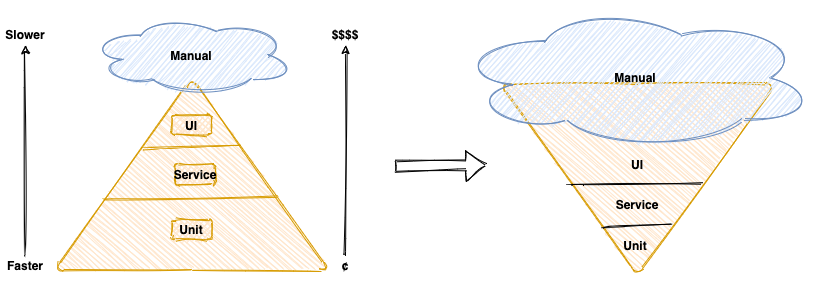
Before: images/test-pyramid-reality.png, a diagram exported from draw.io (ddd-book-java/prem-website). Source tidied: cells renumbered, new cells last; positions are measured from the earlier drawing's top-left corner, leaving out a move shared by most shapes. Source of this version:
```xml
<mxGraphModel>
  <root>
    <mxCell id="0" />
    <mxCell id="1" parent="0" />
    <mxCell id="2" style="shape=flexArrow;endArrow=classic;html=1;sketch=1;curved=1;" parent="1" edge="1">
      <mxGeometry relative="1" as="geometry">
        <mxPoint x="390" y="160" as="sourcePoint" />
        <mxPoint x="480" y="160" as="targetPoint" />
      </mxGeometry>
    </mxCell>
    <mxCell id="3" style="triangle;whiteSpace=wrap;html=1;rotation=90;sketch=1;rounded=1;fillColor=#ffe6cc;strokeColor=#d79b00;" parent="1" vertex="1">
      <mxGeometry x="535.9" y="36.2" width="192" height="275.5" as="geometry" />
    </mxCell>
    <mxCell id="4" style="endArrow=none;html=1;sketch=1;curved=1;" parent="1" edge="1">
      <mxGeometry x="-530" y="215" as="geometry">
        <mxPoint x="565.9" y="179" as="sourcePoint" />
        <mxPoint x="695.9" y="179" as="targetPoint" />
      </mxGeometry>
    </mxCell>
    <mxCell id="5" style="endArrow=none;html=1;exitX=0.636;exitY=0.321;exitDx=0;exitDy=0;exitPerimeter=0;sketch=1;curved=1;" parent="1" edge="1">
      <mxGeometry x="-530" y="215" as="geometry">
        <mxPoint x="596.9" y="221.3" as="sourcePoint" />
        <mxPoint x="666.9" y="220" as="targetPoint" />
      </mxGeometry>
    </mxCell>
    <mxCell id="6" value="&lt;b&gt;Unit&lt;/b&gt;" style="text;html=1;strokeColor=none;fillColor=none;align=center;verticalAlign=middle;whiteSpace=wrap;sketch=1;rounded=1;" parent="1" vertex="1">
      <mxGeometry x="610" y="229.5" width="40" height="20" as="geometry" />
    </mxCell>
    <mxCell id="7" value="&lt;b&gt;Service&lt;/b&gt;" style="text;html=1;strokeColor=none;fillColor=none;align=center;verticalAlign=middle;whiteSpace=wrap;sketch=1;rounded=1;" parent="1" vertex="1">
      <mxGeometry x="611.9" y="188.8" width="40" height="20" as="geometry" />
    </mxCell>
    <mxCell id="8" value="&lt;b&gt;UI&lt;/b&gt;" style="text;html=1;strokeColor=none;fillColor=none;align=center;verticalAlign=middle;whiteSpace=wrap;sketch=1;rounded=1;" parent="1" vertex="1">
      <mxGeometry x="611.9" y="148.6" width="40" height="20" as="geometry" />
    </mxCell>
    <mxCell id="9" value="&lt;b&gt;Manual&lt;/b&gt;" style="ellipse;shape=cloud;whiteSpace=wrap;html=1;sketch=1;rounded=1;fillColor=#dae8fc;strokeColor=#6c8ebf;" parent="1" vertex="1">
      <mxGeometry x="450" width="360" height="143.6" as="geometry" />
    </mxCell>
    <mxCell id="10" style="triangle;whiteSpace=wrap;html=1;rotation=-90;sketch=1;rounded=1;fillColor=#ffe6cc;strokeColor=#d79b00;" parent="1" vertex="1">
      <mxGeometry x="90.2" y="31.2" width="192" height="275.5" as="geometry" />
    </mxCell>
    <mxCell id="11" value="&lt;b&gt;Manual&lt;/b&gt;" style="ellipse;shape=cloud;whiteSpace=wrap;html=1;sketch=1;rounded=1;fillColor=#dae8fc;strokeColor=#6c8ebf;" parent="1" vertex="1">
      <mxGeometry x="84.2" y="10" width="204" height="80" as="geometry" />
    </mxCell>
    <mxCell id="12" style="endArrow=none;html=1;exitX=0.371;exitY=0.182;exitDx=0;exitDy=0;exitPerimeter=0;entryX=0.378;entryY=0.809;entryDx=0;entryDy=0;entryPerimeter=0;sketch=1;curved=1;fillColor=#ffe6cc;strokeColor=#d79b00;" parent="1" edge="1" source="10" target="10">
      <mxGeometry x="-980" y="210" as="geometry" />
    </mxCell>
    <mxCell id="13" style="endArrow=none;html=1;exitX=0.636;exitY=0.321;exitDx=0;exitDy=0;exitPerimeter=0;entryX=0.643;entryY=0.679;entryDx=0;entryDy=0;entryPerimeter=0;sketch=1;curved=1;fillColor=#ffe6cc;strokeColor=#d79b00;" parent="1" edge="1" source="10" target="10">
      <mxGeometry x="-980" y="210" as="geometry" />
    </mxCell>
    <mxCell id="14" value="&lt;b&gt;Unit&lt;/b&gt;" style="text;html=1;strokeColor=#d79b00;fillColor=#ffe6cc;align=center;verticalAlign=middle;whiteSpace=wrap;sketch=1;rounded=1;" parent="1" vertex="1">
      <mxGeometry x="166.2" y="214" width="40" height="20" as="geometry" />
    </mxCell>
    <mxCell id="15" value="&lt;b&gt;Service&lt;/b&gt;" style="text;html=1;strokeColor=#d79b00;fillColor=#ffe6cc;align=center;verticalAlign=middle;whiteSpace=wrap;sketch=1;rounded=1;" parent="1" vertex="1">
      <mxGeometry x="170" y="159" width="40" height="20" as="geometry" />
    </mxCell>
    <mxCell id="16" value="&lt;b&gt;UI&lt;/b&gt;" style="text;html=1;strokeColor=#d79b00;fillColor=#ffe6cc;align=center;verticalAlign=middle;whiteSpace=wrap;sketch=1;rounded=1;" parent="1" vertex="1">
      <mxGeometry x="166.2" y="109.5" width="40" height="20" as="geometry" />
    </mxCell>
    <mxCell id="17" style="endArrow=classic;html=1;exitX=0.5;exitY=0;exitDx=0;exitDy=0;sketch=1;curved=1;" parent="1" edge="1" source="19">
      <mxGeometry x="-980" y="210" as="geometry">
        <mxPoint x="340" y="40" as="targetPoint" />
      </mxGeometry>
    </mxCell>
    <mxCell id="18" value="&lt;b&gt;$$$$&lt;/b&gt;" style="text;html=1;strokeColor=none;fillColor=none;align=center;verticalAlign=middle;whiteSpace=wrap;sketch=1;rounded=1;" parent="1" vertex="1">
      <mxGeometry x="320" y="18.6" width="40" height="20" as="geometry" />
    </mxCell>
    <mxCell id="19" value="&lt;b&gt;¢&lt;/b&gt;" style="text;html=1;strokeColor=none;fillColor=none;align=center;verticalAlign=middle;whiteSpace=wrap;sketch=1;rounded=1;" parent="1" vertex="1">
      <mxGeometry x="320" y="250" width="40" height="20" as="geometry" />
    </mxCell>
    <mxCell id="20" style="endArrow=classic;html=1;sketch=1;curved=1;" parent="1" edge="1">
      <mxGeometry x="-980" y="210" as="geometry">
        <mxPoint x="20" y="250" as="sourcePoint" />
        <mxPoint x="20" y="40" as="targetPoint" />
      </mxGeometry>
    </mxCell>
    <mxCell id="21" value="&lt;b&gt;Slower&lt;/b&gt;" style="text;html=1;strokeColor=none;fillColor=none;align=center;verticalAlign=middle;whiteSpace=wrap;sketch=1;rounded=1;" parent="1" vertex="1">
      <mxGeometry y="18.6" width="40" height="20" as="geometry" />
    </mxCell>
    <mxCell id="22" value="&lt;b&gt;Faster&lt;/b&gt;" style="text;html=1;strokeColor=none;fillColor=none;align=center;verticalAlign=middle;whiteSpace=wrap;sketch=1;rounded=1;" parent="1" vertex="1">
      <mxGeometry y="250" width="40" height="20" as="geometry" />
    </mxCell>
  </root>
</mxGraphModel>
```
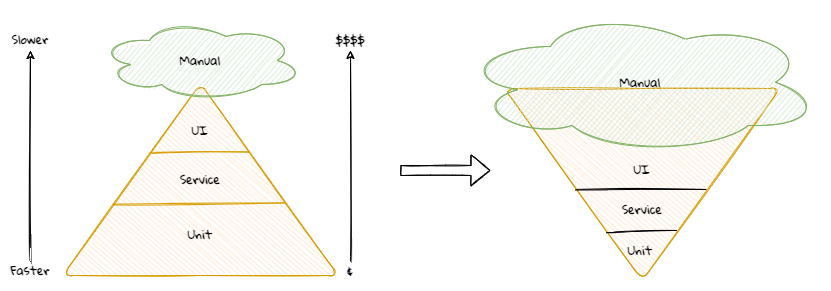
After the commit.

Diff of the diagram source:
```diff
@@ -2,81 +2,81 @@
   <root>
     <mxCell id="0" />
     <mxCell id="1" parent="0" />
-    <mxCell id="2" style="shape=flexArrow;endArrow=classic;html=1;sketch=1;curved=1;" parent="1" edge="1">
+    <mxCell id="2" style="shape=flexArrow;endArrow=classic;html=1;sketch=1;curved=1;fontFamily=Gloria Hallelujah;fontSource=https%3A%2F%2Ffonts.googleapis.com%2Fcss%3Ffamily%3DGloria%2BHallelujah;" parent="1" edge="1">
       <mxGeometry relative="1" as="geometry">
         <mxPoint x="390" y="160" as="sourcePoint" />
         <mxPoint x="480" y="160" as="targetPoint" />
       </mxGeometry>
     </mxCell>
-    <mxCell id="3" style="triangle;whiteSpace=wrap;html=1;rotation=90;sketch=1;rounded=1;fillColor=#ffe6cc;strokeColor=#d79b00;" parent="1" vertex="1">
+    <mxCell id="3" style="triangle;whiteSpace=wrap;html=1;rotation=90;sketch=1;rounded=1;fillColor=#ffe6cc;strokeColor=#d79b00;fontFamily=Gloria Hallelujah;fontSource=https%3A%2F%2Ffonts.googleapis.com%2Fcss%3Ffamily%3DGloria%2BHallelujah;" parent="1" vertex="1">
       <mxGeometry x="535.9" y="36.2" width="192" height="275.5" as="geometry" />
     </mxCell>
-    <mxCell id="4" style="endArrow=none;html=1;sketch=1;curved=1;" parent="1" edge="1">
+    <mxCell id="4" style="endArrow=none;html=1;sketch=1;curved=1;fontFamily=Gloria Hallelujah;fontSource=https%3A%2F%2Ffonts.googleapis.com%2Fcss%3Ffamily%3DGloria%2BHallelujah;" parent="1" edge="1">
       <mxGeometry x="-530" y="215" as="geometry">
         <mxPoint x="565.9" y="179" as="sourcePoint" />
         <mxPoint x="695.9" y="179" as="targetPoint" />
       </mxGeometry>
     </mxCell>
-    <mxCell id="5" style="endArrow=none;html=1;exitX=0.636;exitY=0.321;exitDx=0;exitDy=0;exitPerimeter=0;sketch=1;curved=1;" parent="1" edge="1">
+    <mxCell id="5" style="endArrow=none;html=1;exitX=0.636;exitY=0.321;exitDx=0;exitDy=0;exitPerimeter=0;sketch=1;curved=1;fontFamily=Gloria Hallelujah;fontSource=https%3A%2F%2Ffonts.googleapis.com%2Fcss%3Ffamily%3DGloria%2BHallelujah;" parent="1" edge="1">
       <mxGeometry x="-530" y="215" as="geometry">
         <mxPoint x="596.9" y="221.3" as="sourcePoint" />
         <mxPoint x="666.9" y="220" as="targetPoint" />
       </mxGeometry>
     </mxCell>
-    <mxCell id="6" value="&lt;b&gt;Unit&lt;/b&gt;" style="text;html=1;strokeColor=none;fillColor=none;align=center;verticalAlign=middle;whiteSpace=wrap;sketch=1;rounded=1;" parent="1" vertex="1">
+    <mxCell id="6" value="&lt;b&gt;Unit&lt;/b&gt;" style="text;html=1;align=center;verticalAlign=middle;whiteSpace=wrap;sketch=1;rounded=1;fontFamily=Gloria Hallelujah;fontSource=https%3A%2F%2Ffonts.googleapis.com%2Fcss%3Ffamily%3DGloria%2BHallelujah;" parent="1" vertex="1">
       <mxGeometry x="610" y="229.5" width="40" height="20" as="geometry" />
     </mxCell>
-    <mxCell id="7" value="&lt;b&gt;Service&lt;/b&gt;" style="text;html=1;strokeColor=none;fillColor=none;align=center;verticalAlign=middle;whiteSpace=wrap;sketch=1;rounded=1;" parent="1" vertex="1">
+    <mxCell id="7" value="&lt;b&gt;Service&lt;/b&gt;" style="text;html=1;align=center;verticalAlign=middle;whiteSpace=wrap;sketch=1;rounded=1;fontFamily=Gloria Hallelujah;fontSource=https%3A%2F%2Ffonts.googleapis.com%2Fcss%3Ffamily%3DGloria%2BHallelujah;" parent="1" vertex="1">
       <mxGeometry x="611.9" y="188.8" width="40" height="20" as="geometry" />
     </mxCell>
-    <mxCell id="8" value="&lt;b&gt;UI&lt;/b&gt;" style="text;html=1;strokeColor=none;fillColor=none;align=center;verticalAlign=middle;whiteSpace=wrap;sketch=1;rounded=1;" parent="1" vertex="1">
+    <mxCell id="8" value="&lt;b&gt;UI&lt;/b&gt;" style="text;html=1;align=center;verticalAlign=middle;whiteSpace=wrap;sketch=1;rounded=1;fontFamily=Gloria Hallelujah;fontSource=https%3A%2F%2Ffonts.googleapis.com%2Fcss%3Ffamily%3DGloria%2BHallelujah;" parent="1" vertex="1">
       <mxGeometry x="611.9" y="148.6" width="40" height="20" as="geometry" />
     </mxCell>
-    <mxCell id="9" value="&lt;b&gt;Manual&lt;/b&gt;" style="ellipse;shape=cloud;whiteSpace=wrap;html=1;sketch=1;rounded=1;fillColor=#dae8fc;strokeColor=#6c8ebf;" parent="1" vertex="1">
+    <mxCell id="9" value="&lt;b&gt;Manual&lt;/b&gt;" style="ellipse;shape=cloud;whiteSpace=wrap;html=1;sketch=1;rounded=1;fillColor=#d5e8d4;strokeColor=#82b366;fontFamily=Gloria Hallelujah;fontSource=https%3A%2F%2Ffonts.googleapis.com%2Fcss%3Ffamily%3DGloria%2BHallelujah;" parent="1" vertex="1">
       <mxGeometry x="450" width="360" height="143.6" as="geometry" />
     </mxCell>
-    <mxCell id="10" style="triangle;whiteSpace=wrap;html=1;rotation=-90;sketch=1;rounded=1;fillColor=#ffe6cc;strokeColor=#d79b00;" parent="1" vertex="1">
-      <mxGeometry x="90.2" y="31.2" width="192" height="275.5" as="geometry" />
+    <mxCell id="10" style="triangle;whiteSpace=wrap;html=1;rotation=-90;sketch=1;rounded=1;fillColor=#ffe6cc;strokeColor=#d79b00;fontFamily=Gloria Hallelujah;fontSource=https%3A%2F%2Ffonts.googleapis.com%2Fcss%3Ffamily%3DGloria%2BHallelujah;" parent="1" vertex="1">
+      <mxGeometry x="94" y="31.2" width="192" height="275.5" as="geometry" />
     </mxCell>
-    <mxCell id="11" value="&lt;b&gt;Manual&lt;/b&gt;" style="ellipse;shape=cloud;whiteSpace=wrap;html=1;sketch=1;rounded=1;fillColor=#dae8fc;strokeColor=#6c8ebf;" parent="1" vertex="1">
-      <mxGeometry x="84.2" y="10" width="204" height="80" as="geometry" />
+    <mxCell id="11" value="&lt;b&gt;Manual&lt;/b&gt;" style="ellipse;shape=cloud;whiteSpace=wrap;html=1;sketch=1;rounded=1;fillColor=#d5e8d4;strokeColor=#82b366;fontFamily=Gloria Hallelujah;fontSource=https%3A%2F%2Ffonts.googleapis.com%2Fcss%3Ffamily%3DGloria%2BHallelujah;" parent="1" vertex="1">
+      <mxGeometry x="88" y="10" width="204" height="80" as="geometry" />
     </mxCell>
-    <mxCell id="12" style="endArrow=none;html=1;exitX=0.371;exitY=0.182;exitDx=0;exitDy=0;exitPerimeter=0;entryX=0.378;entryY=0.809;entryDx=0;entryDy=0;entryPerimeter=0;sketch=1;curved=1;fillColor=#ffe6cc;strokeColor=#d79b00;" parent="1" edge="1" source="10" target="10">
+    <mxCell id="12" style="endArrow=none;html=1;exitX=0.371;exitY=0.182;exitDx=0;exitDy=0;exitPerimeter=0;entryX=0.378;entryY=0.809;entryDx=0;entryDy=0;entryPerimeter=0;sketch=1;curved=1;fillColor=#ffe6cc;strokeColor=#d79b00;fontFamily=Gloria Hallelujah;fontSource=https%3A%2F%2Ffonts.googleapis.com%2Fcss%3Ffamily%3DGloria%2BHallelujah;" parent="1" edge="1" source="10" target="10">
       <mxGeometry x="-980" y="210" as="geometry" />
     </mxCell>
-    <mxCell id="13" style="endArrow=none;html=1;exitX=0.636;exitY=0.321;exitDx=0;exitDy=0;exitPerimeter=0;entryX=0.643;entryY=0.679;entryDx=0;entryDy=0;entryPerimeter=0;sketch=1;curved=1;fillColor=#ffe6cc;strokeColor=#d79b00;" parent="1" edge="1" source="10" target="10">
+    <mxCell id="13" style="endArrow=none;html=1;exitX=0.636;exitY=0.321;exitDx=0;exitDy=0;exitPerimeter=0;entryX=0.643;entryY=0.679;entryDx=0;entryDy=0;entryPerimeter=0;sketch=1;curved=1;fillColor=#ffe6cc;strokeColor=#d79b00;fontFamily=Gloria Hallelujah;fontSource=https%3A%2F%2Ffonts.googleapis.com%2Fcss%3Ffamily%3DGloria%2BHallelujah;" parent="1" edge="1" source="10" target="10">
       <mxGeometry x="-980" y="210" as="geometry" />
     </mxCell>
-    <mxCell id="14" value="&lt;b&gt;Unit&lt;/b&gt;" style="text;html=1;strokeColor=#d79b00;fillColor=#ffe6cc;align=center;verticalAlign=middle;whiteSpace=wrap;sketch=1;rounded=1;" parent="1" vertex="1">
-      <mxGeometry x="166.2" y="214" width="40" height="20" as="geometry" />
+    <mxCell id="14" value="&lt;b&gt;Unit&lt;/b&gt;" style="text;html=1;align=center;verticalAlign=middle;whiteSpace=wrap;sketch=1;rounded=1;fontFamily=Gloria Hallelujah;fontSource=https%3A%2F%2Ffonts.googleapis.com%2Fcss%3Ffamily%3DGloria%2BHallelujah;" parent="1" vertex="1">
+      <mxGeometry x="170" y="214" width="40" height="20" as="geometry" />
     </mxCell>
-    <mxCell id="15" value="&lt;b&gt;Service&lt;/b&gt;" style="text;html=1;strokeColor=#d79b00;fillColor=#ffe6cc;align=center;verticalAlign=middle;whiteSpace=wrap;sketch=1;rounded=1;" parent="1" vertex="1">
+    <mxCell id="15" value="&lt;b&gt;Service&lt;/b&gt;" style="text;html=1;align=center;verticalAlign=middle;whiteSpace=wrap;sketch=1;rounded=1;fontFamily=Gloria Hallelujah;fontSource=https%3A%2F%2Ffonts.googleapis.com%2Fcss%3Ffamily%3DGloria%2BHallelujah;" parent="1" vertex="1">
       <mxGeometry x="170" y="159" width="40" height="20" as="geometry" />
     </mxCell>
-    <mxCell id="16" value="&lt;b&gt;UI&lt;/b&gt;" style="text;html=1;strokeColor=#d79b00;fillColor=#ffe6cc;align=center;verticalAlign=middle;whiteSpace=wrap;sketch=1;rounded=1;" parent="1" vertex="1">
-      <mxGeometry x="166.2" y="109.5" width="40" height="20" as="geometry" />
+    <mxCell id="16" value="&lt;b&gt;UI&lt;/b&gt;" style="text;html=1;align=center;verticalAlign=middle;whiteSpace=wrap;sketch=1;rounded=1;fontFamily=Gloria Hallelujah;fontSource=https%3A%2F%2Ffonts.googleapis.com%2Fcss%3Ffamily%3DGloria%2BHallelujah;" parent="1" vertex="1">
+      <mxGeometry x="170" y="109.5" width="40" height="20" as="geometry" />
     </mxCell>
-    <mxCell id="17" style="endArrow=classic;html=1;exitX=0.5;exitY=0;exitDx=0;exitDy=0;sketch=1;curved=1;" parent="1" edge="1" source="19">
+    <mxCell id="17" style="endArrow=classic;html=1;exitX=0.5;exitY=0;exitDx=0;exitDy=0;sketch=1;curved=1;fontFamily=Gloria Hallelujah;fontSource=https%3A%2F%2Ffonts.googleapis.com%2Fcss%3Ffamily%3DGloria%2BHallelujah;" parent="1" edge="1" source="19">
       <mxGeometry x="-980" y="210" as="geometry">
         <mxPoint x="340" y="40" as="targetPoint" />
       </mxGeometry>
     </mxCell>
-    <mxCell id="18" value="&lt;b&gt;$$$$&lt;/b&gt;" style="text;html=1;strokeColor=none;fillColor=none;align=center;verticalAlign=middle;whiteSpace=wrap;sketch=1;rounded=1;" parent="1" vertex="1">
+    <mxCell id="18" value="&lt;b&gt;$$$$&lt;/b&gt;" style="text;html=1;strokeColor=none;fillColor=none;align=center;verticalAlign=middle;whiteSpace=wrap;sketch=1;rounded=1;fontFamily=Gloria Hallelujah;fontSource=https%3A%2F%2Ffonts.googleapis.com%2Fcss%3Ffamily%3DGloria%2BHallelujah;" parent="1" vertex="1">
       <mxGeometry x="320" y="18.6" width="40" height="20" as="geometry" />
     </mxCell>
-    <mxCell id="19" value="&lt;b&gt;¢&lt;/b&gt;" style="text;html=1;strokeColor=none;fillColor=none;align=center;verticalAlign=middle;whiteSpace=wrap;sketch=1;rounded=1;" parent="1" vertex="1">
+    <mxCell id="19" value="&lt;b&gt;¢&lt;/b&gt;" style="text;html=1;strokeColor=none;fillColor=none;align=center;verticalAlign=middle;whiteSpace=wrap;sketch=1;rounded=1;fontFamily=Gloria Hallelujah;fontSource=https%3A%2F%2Ffonts.googleapis.com%2Fcss%3Ffamily%3DGloria%2BHallelujah;" parent="1" vertex="1">
       <mxGeometry x="320" y="250" width="40" height="20" as="geometry" />
     </mxCell>
-    <mxCell id="20" style="endArrow=classic;html=1;sketch=1;curved=1;" parent="1" edge="1">
+    <mxCell id="20" style="endArrow=classic;html=1;sketch=1;curved=1;fontFamily=Gloria Hallelujah;fontSource=https%3A%2F%2Ffonts.googleapis.com%2Fcss%3Ffamily%3DGloria%2BHallelujah;" parent="1" edge="1">
       <mxGeometry x="-980" y="210" as="geometry">
         <mxPoint x="20" y="250" as="sourcePoint" />
         <mxPoint x="20" y="40" as="targetPoint" />
       </mxGeometry>
     </mxCell>
-    <mxCell id="21" value="&lt;b&gt;Slower&lt;/b&gt;" style="text;html=1;strokeColor=none;fillColor=none;align=center;verticalAlign=middle;whiteSpace=wrap;sketch=1;rounded=1;" parent="1" vertex="1">
+    <mxCell id="21" value="&lt;b&gt;Slower&lt;/b&gt;" style="text;html=1;strokeColor=none;fillColor=none;align=center;verticalAlign=middle;whiteSpace=wrap;sketch=1;rounded=1;fontFamily=Gloria Hallelujah;fontSource=https%3A%2F%2Ffonts.googleapis.com%2Fcss%3Ffamily%3DGloria%2BHallelujah;" parent="1" vertex="1">
       <mxGeometry y="18.6" width="40" height="20" as="geometry" />
     </mxCell>
-    <mxCell id="22" value="&lt;b&gt;Faster&lt;/b&gt;" style="text;html=1;strokeColor=none;fillColor=none;align=center;verticalAlign=middle;whiteSpace=wrap;sketch=1;rounded=1;" parent="1" vertex="1">
+    <mxCell id="22" value="&lt;b&gt;Faster&lt;/b&gt;" style="text;html=1;strokeColor=none;fillColor=none;align=center;verticalAlign=middle;whiteSpace=wrap;sketch=1;rounded=1;fontFamily=Gloria Hallelujah;fontSource=https%3A%2F%2Ffonts.googleapis.com%2Fcss%3Ffamily%3DGloria%2BHallelujah;" parent="1" vertex="1">
       <mxGeometry y="250" width="40" height="20" as="geometry" />
     </mxCell>
   </root>
```
